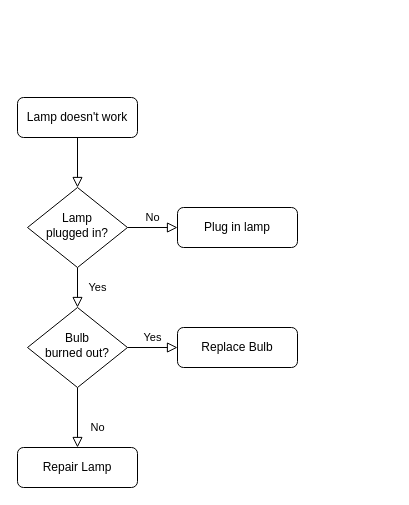
The draw.io diagram Pipoca.drawio in BATENDER/mdc118, before the edit. Source tidied: cells renumbered, new cells numbered last; positions are measured from the earlier drawing's top-left corner, leaving out a move shared by most shapes. Both pictures are drawn from the tidied source at 100%, with x=0, y=0 at pixel (17, 97).
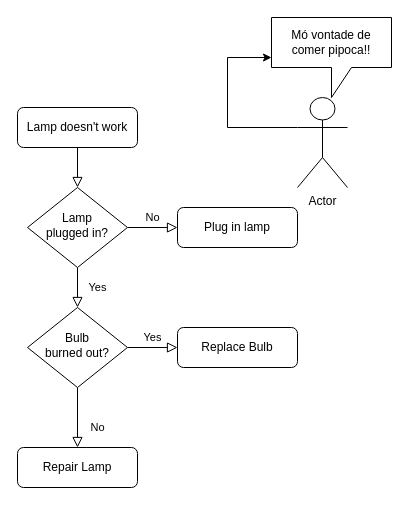
The same diagram, later.

The edit, as a diff of the source:
```diff
@@
 <mxGraphModel>
   <root>
     <mxCell id="0" />
     <mxCell id="1" parent="0" />
     <mxCell id="2" style="rounded=0;html=1;jettySize=auto;fontSize=11;endArrow=block;endFill=0;endSize=8;strokeWidth=1;shadow=0;labelBackgroundColor=none;edgeStyle=orthogonalEdgeStyle;" parent="1" edge="1" source="3" target="6">
       <mxGeometry relative="1" as="geometry" />
     </mxCell>
     <mxCell id="3" value="Lamp doesn't work" style="rounded=1;whiteSpace=wrap;html=1;fontSize=12;glass=0;strokeWidth=1;shadow=0;" parent="1" vertex="1">
-      <mxGeometry width="120" height="40" as="geometry" />
+      <mxGeometry y="10" width="120" height="40" as="geometry" />
     </mxCell>
     <mxCell id="4" value="Yes" style="rounded=0;html=1;jettySize=auto;fontSize=11;endArrow=block;endFill=0;endSize=8;strokeWidth=1;shadow=0;labelBackgroundColor=none;edgeStyle=orthogonalEdgeStyle;" parent="1" edge="1" source="6" target="10">
       <mxGeometry y="20" relative="1" as="geometry" />
     </mxCell>
     <mxCell id="5" value="No" style="edgeStyle=orthogonalEdgeStyle;rounded=0;html=1;jettySize=auto;fontSize=11;endArrow=block;endFill=0;endSize=8;strokeWidth=1;shadow=0;labelBackgroundColor=none;" parent="1" edge="1" source="6" target="7">
       <mxGeometry y="10" relative="1" as="geometry" />
     </mxCell>
     <mxCell id="6" value="Lamp&lt;br&gt;plugged in?" style="rhombus;whiteSpace=wrap;html=1;shadow=0;fontFamily=Helvetica;fontSize=12;align=center;strokeWidth=1;spacing=6;spacingTop=-4;" parent="1" vertex="1">
       <mxGeometry x="10" y="90" width="100" height="80" as="geometry" />
     </mxCell>
     <mxCell id="7" value="Plug in lamp" style="rounded=1;whiteSpace=wrap;html=1;fontSize=12;glass=0;strokeWidth=1;shadow=0;" parent="1" vertex="1">
       <mxGeometry x="160" y="110" width="120" height="40" as="geometry" />
     </mxCell>
     <mxCell id="8" value="No" style="rounded=0;html=1;jettySize=auto;fontSize=11;endArrow=block;endFill=0;endSize=8;strokeWidth=1;shadow=0;labelBackgroundColor=none;edgeStyle=orthogonalEdgeStyle;" parent="1" edge="1" source="10" target="11">
       <mxGeometry x="0.33" y="20" relative="1" as="geometry" />
     </mxCell>
     <mxCell id="9" value="Yes" style="edgeStyle=orthogonalEdgeStyle;rounded=0;html=1;jettySize=auto;fontSize=11;endArrow=block;endFill=0;endSize=8;strokeWidth=1;shadow=0;labelBackgroundColor=none;" parent="1" edge="1" source="10" target="12">
       <mxGeometry y="10" relative="1" as="geometry" />
     </mxCell>
     <mxCell id="10" value="Bulb&lt;br&gt;burned out?" style="rhombus;whiteSpace=wrap;html=1;shadow=0;fontFamily=Helvetica;fontSize=12;align=center;strokeWidth=1;spacing=6;spacingTop=-4;" parent="1" vertex="1">
       <mxGeometry x="10" y="210" width="100" height="80" as="geometry" />
     </mxCell>
     <mxCell id="11" value="Repair Lamp" style="rounded=1;whiteSpace=wrap;html=1;fontSize=12;glass=0;strokeWidth=1;shadow=0;" parent="1" vertex="1">
       <mxGeometry y="350" width="120" height="40" as="geometry" />
     </mxCell>
     <mxCell id="12" value="Replace Bulb" style="rounded=1;whiteSpace=wrap;html=1;fontSize=12;glass=0;strokeWidth=1;shadow=0;" parent="1" vertex="1">
       <mxGeometry x="160" y="230" width="120" height="40" as="geometry" />
     </mxCell>
+    <mxCell id="13" style="edgeStyle=orthogonalEdgeStyle;rounded=0;jettySize=auto;html=1;" parent="1" edge="1" source="14" target="15">
+      <mxGeometry relative="1" as="geometry">
+        <Array as="points">
+          <mxPoint x="210" y="30" />
+          <mxPoint x="210" y="-40" />
+        </Array>
+      </mxGeometry>
+    </mxCell>
+    <mxCell id="14" value="Actor" style="shape=umlActor;verticalLabelPosition=bottom;verticalAlign=top;html=1;outlineConnect=0;" parent="1" vertex="1">
+      <mxGeometry x="280" width="50" height="90" as="geometry" />
+    </mxCell>
+    <mxCell id="15" value="Mó vontade de&lt;br&gt;comer pipoca!!" style="shape=callout;whiteSpace=wrap;html=1;perimeter=calloutPerimeter;" parent="1" vertex="1">
+      <mxGeometry x="254" y="-80" width="120" height="80" as="geometry" />
+    </mxCell>
   </root>
 </mxGraphModel>
```
